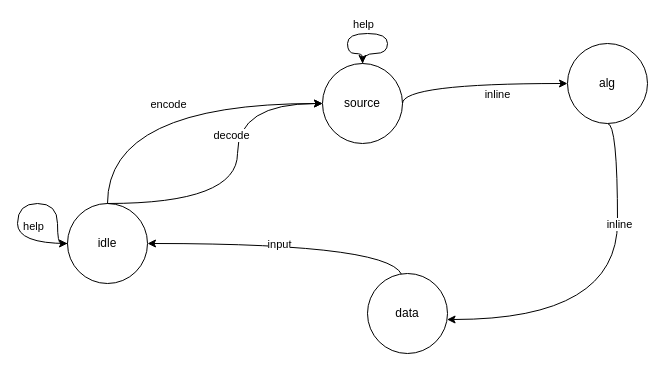
This is StateMachine.drawio from iccet/stego-bot, a draw.io file, before an edit. Source tidied: cells renumbered, new cells numbered last; positions are measured from the earlier drawing's top-left corner, leaving out a move shared by most shapes. Both pictures are drawn from the tidied source at 100%, with x=0, y=0 at pixel (17, 33).
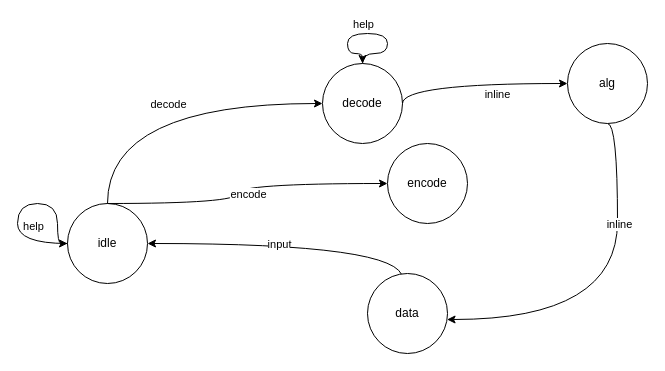
The same page after the edit.

Unchanged cells that the change refers to:
```xml
<mxCell id="2" value="idle" style="ellipse;whiteSpace=wrap;html=1;" parent="1" vertex="1">
  <mxGeometry x="50" y="170" width="80" height="80" as="geometry" />
</mxCell>
<mxCell id="4" style="curved=1;endArrow=classic;html=1;rounded=0;edgeStyle=orthogonalEdgeStyle;exitX=0.5;exitY=0;exitDx=0;exitDy=0;entryX=0;entryY=0.5;entryDx=0;entryDy=0;" parent="1" edge="1" source="2" target="3">
  <mxGeometry relative="1" as="geometry">
    <Array as="points">
      <mxPoint x="90" y="70" />
    </Array>
  </mxGeometry>
</mxCell>
```

Diff of the diagram source:
```diff
@@
-    <mxCell id="3" value="source" style="ellipse;whiteSpace=wrap;html=1;" parent="1" vertex="1">
+    <mxCell id="3" value="decode" style="ellipse;whiteSpace=wrap;html=1;" parent="1" vertex="1">
       <mxGeometry x="305" y="30" width="80" height="80" as="geometry" />
     </mxCell>
@@
-    <mxCell id="5" value="encode" style="edgeLabel;html=1;align=center;verticalAlign=middle;" parent="4" vertex="1">
+    <mxCell id="5" value="decode" style="edgeLabel;html=1;align=center;verticalAlign=middle;" parent="4" vertex="1">
       <mxGeometry x="0.16" y="-16" relative="1" as="geometry">
         <mxPoint x="-23" y="-16" as="offset" />
       </mxGeometry>
     </mxCell>
-    <mxCell id="6" style="curved=1;endArrow=classic;html=1;rounded=0;edgeStyle=orthogonalEdgeStyle;exitX=0.5;exitY=0;exitDx=0;exitDy=0;entryX=0;entryY=0.5;entryDx=0;entryDy=0;" parent="1" edge="1" source="2" target="3">
+    <mxCell id="6" style="curved=1;endArrow=classic;html=1;rounded=0;edgeStyle=orthogonalEdgeStyle;exitX=0.5;exitY=0;exitDx=0;exitDy=0;entryX=0;entryY=0.5;entryDx=0;entryDy=0;" parent="1" edge="1" source="2" target="20">
       <mxGeometry relative="1" as="geometry">
         <Array as="points">
           <mxPoint x="220" y="170" />
-          <mxPoint x="220" y="70" />
+          <mxPoint x="220" y="150" />
         </Array>
       </mxGeometry>
     </mxCell>
-    <mxCell id="7" value="decode" style="edgeLabel;html=1;align=center;verticalAlign=middle;" parent="6" vertex="1">
+    <mxCell id="7" value="encode" style="edgeLabel;html=1;align=center;verticalAlign=middle;" parent="6" vertex="1">
       <mxGeometry x="0.16" y="-16" relative="1" as="geometry">
-        <mxPoint x="-23" y="-16" as="offset" />
+        <mxPoint x="-14" y="-6" as="offset" />
       </mxGeometry>
     </mxCell>
@@
+    <mxCell id="20" value="encode" style="ellipse;whiteSpace=wrap;html=1;" parent="1" vertex="1">
+      <mxGeometry x="370" y="110" width="80" height="80" as="geometry" />
+    </mxCell>
```
